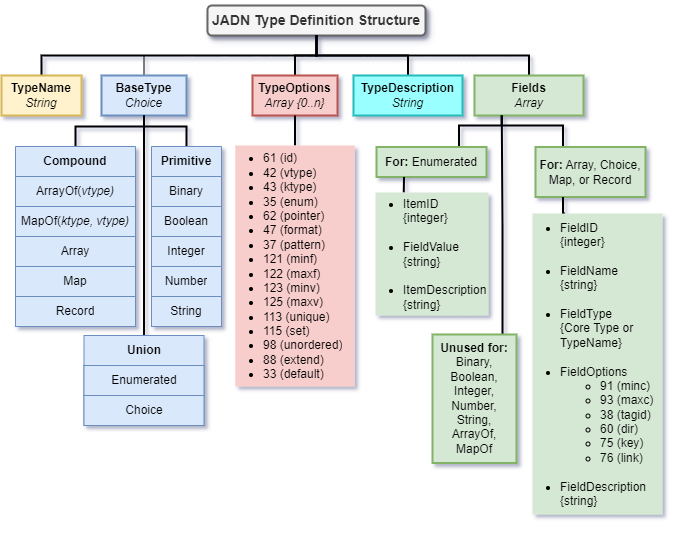
oasis-tcs/openc2-jadn-im keeps this draw.io diagram as images/JADN-Type-Def-Structure.drawio.png. Above is the earlier version. Source tidied: cells renumbered, new cells last; positions are measured from the earlier drawing's top-left corner, leaving out a move shared by most shapes. Its diagram source:
```xml
<mxGraphModel background="#FFFFFF" shadow="1">
  <root>
    <mxCell id="0" />
    <mxCell id="1" parent="0" />
    <mxCell id="2" value="JADN Type Definition Structure" style="rounded=1;whiteSpace=wrap;html=1;fillColor=#f5f5f5;strokeColor=#666666;strokeWidth=2;fontColor=#333333;fontStyle=1;shadow=1;glass=0;fontSize=14;" parent="1" vertex="1">
      <mxGeometry x="206" width="218" height="30" as="geometry" />
    </mxCell>
    <mxCell id="3" style="edgeStyle=orthogonalEdgeStyle;rounded=0;jettySize=auto;html=1;entryX=0.5;entryY=1;entryDx=0;entryDy=0;exitX=0.5;exitY=0;exitDx=0;exitDy=0;endArrow=none;endFill=0;strokeWidth=2;" parent="1" edge="1" source="4" target="2">
      <mxGeometry relative="1" as="geometry" />
    </mxCell>
    <mxCell id="4" value="&lt;b&gt;TypeName&lt;/b&gt;&lt;div&gt;&lt;i&gt;String&lt;/i&gt;&lt;/div&gt;" style="rounded=0;whiteSpace=wrap;html=1;fillColor=#fff2cc;strokeColor=#d6b656;strokeWidth=2;" parent="1" vertex="1">
      <mxGeometry y="70" width="80" height="40" as="geometry" />
    </mxCell>
    <mxCell id="5" style="edgeStyle=orthogonalEdgeStyle;rounded=0;jettySize=auto;html=1;exitX=0.5;exitY=0;exitDx=0;exitDy=0;entryX=0.5;entryY=1;entryDx=0;entryDy=0;endArrow=none;endFill=0;" parent="1" edge="1" source="6" target="2">
      <mxGeometry relative="1" as="geometry" />
    </mxCell>
    <mxCell id="6" value="&lt;b&gt;BaseType&lt;/b&gt;&lt;div&gt;&lt;i&gt;Choice&lt;/i&gt;&lt;/div&gt;" style="rounded=0;whiteSpace=wrap;html=1;fillColor=#dae8fc;strokeColor=#6c8ebf;strokeWidth=2;" parent="1" vertex="1">
      <mxGeometry x="100" y="70" width="85" height="40" as="geometry" />
    </mxCell>
    <mxCell id="7" style="edgeStyle=orthogonalEdgeStyle;rounded=0;jettySize=auto;html=1;exitX=0.5;exitY=0;exitDx=0;exitDy=0;entryX=0.5;entryY=1;entryDx=0;entryDy=0;strokeWidth=2;endArrow=none;endFill=0;" parent="1" edge="1" source="8" target="6">
      <mxGeometry relative="1" as="geometry" />
    </mxCell>
    <mxCell id="8" value="&lt;b&gt;Primitive&lt;/b&gt;" style="swimlane;fontStyle=0;horizontal=1;startSize=30;whiteSpace=wrap;html=1;align=center;fillColor=#dae8fc;strokeColor=#6c8ebf;" parent="1" vertex="1">
      <mxGeometry x="150" y="141" width="70" height="180" as="geometry" />
    </mxCell>
    <mxCell id="9" value="Binary" style="text;strokeColor=#6c8ebf;fillColor=#dae8fc;align=center;verticalAlign=middle;spacingLeft=4;spacingRight=4;overflow=hidden;whiteSpace=wrap;html=1;" parent="8" vertex="1">
      <mxGeometry y="30" width="70" height="30" as="geometry" />
    </mxCell>
    <mxCell id="10" value="Boolean" style="text;strokeColor=#6c8ebf;fillColor=#dae8fc;align=center;verticalAlign=middle;spacingLeft=4;spacingRight=4;overflow=hidden;whiteSpace=wrap;html=1;" parent="8" vertex="1">
      <mxGeometry y="60" width="70" height="30" as="geometry" />
    </mxCell>
    <mxCell id="11" value="Integer" style="text;strokeColor=#6c8ebf;fillColor=#dae8fc;align=center;verticalAlign=middle;spacingLeft=4;spacingRight=4;overflow=hidden;whiteSpace=wrap;html=1;" parent="8" vertex="1">
      <mxGeometry y="90" width="70" height="30" as="geometry" />
    </mxCell>
    <mxCell id="12" value="Number" style="text;strokeColor=#6c8ebf;fillColor=#dae8fc;align=center;verticalAlign=middle;spacingLeft=4;spacingRight=4;overflow=hidden;whiteSpace=wrap;html=1;" parent="8" vertex="1">
      <mxGeometry y="120" width="70" height="30" as="geometry" />
    </mxCell>
    <mxCell id="13" value="String" style="text;strokeColor=#6c8ebf;fillColor=#dae8fc;align=center;verticalAlign=middle;spacingLeft=4;spacingRight=4;overflow=hidden;whiteSpace=wrap;html=1;" parent="8" vertex="1">
      <mxGeometry y="150" width="70" height="30" as="geometry" />
    </mxCell>
    <mxCell id="14" style="edgeStyle=orthogonalEdgeStyle;rounded=0;jettySize=auto;html=1;exitX=0.5;exitY=0;exitDx=0;exitDy=0;entryX=0.5;entryY=1;entryDx=0;entryDy=0;endArrow=none;endFill=0;strokeWidth=2;" parent="1" edge="1" source="15" target="6">
      <mxGeometry relative="1" as="geometry" />
    </mxCell>
    <mxCell id="15" value="&lt;b&gt;Compound&lt;/b&gt;" style="swimlane;fontStyle=0;horizontal=1;startSize=30;whiteSpace=wrap;html=1;align=center;fillColor=#dae8fc;strokeColor=#6c8ebf;" parent="1" vertex="1">
      <mxGeometry x="14" y="141" width="120" height="180" as="geometry" />
    </mxCell>
    <mxCell id="16" value="ArrayOf(&lt;i&gt;vtype)&lt;/i&gt;" style="text;strokeColor=#6c8ebf;fillColor=#dae8fc;align=center;verticalAlign=middle;spacingLeft=4;spacingRight=4;overflow=hidden;whiteSpace=wrap;html=1;" parent="15" vertex="1">
      <mxGeometry y="30" width="120" height="30" as="geometry" />
    </mxCell>
    <mxCell id="17" value="MapOf(&lt;i&gt;ktype, vtype)&lt;/i&gt;" style="text;strokeColor=#6c8ebf;fillColor=#dae8fc;align=center;verticalAlign=middle;spacingLeft=4;spacingRight=4;overflow=hidden;whiteSpace=wrap;html=1;" parent="15" vertex="1">
      <mxGeometry y="60" width="120" height="30" as="geometry" />
    </mxCell>
    <mxCell id="18" value="Array" style="text;strokeColor=#6c8ebf;fillColor=#dae8fc;align=center;verticalAlign=middle;spacingLeft=4;spacingRight=4;overflow=hidden;whiteSpace=wrap;html=1;" parent="15" vertex="1">
      <mxGeometry y="90" width="120" height="30" as="geometry" />
    </mxCell>
    <mxCell id="19" value="&lt;div&gt;Map&lt;/div&gt;" style="text;strokeColor=#6c8ebf;fillColor=#dae8fc;align=center;verticalAlign=middle;spacingLeft=4;spacingRight=4;overflow=hidden;whiteSpace=wrap;html=1;" parent="15" vertex="1">
      <mxGeometry y="120" width="120" height="30" as="geometry" />
    </mxCell>
    <mxCell id="20" value="Record" style="text;strokeColor=#6c8ebf;fillColor=#dae8fc;align=center;verticalAlign=middle;spacingLeft=4;spacingRight=4;overflow=hidden;whiteSpace=wrap;html=1;" parent="15" vertex="1">
      <mxGeometry y="150" width="120" height="30" as="geometry" />
    </mxCell>
    <mxCell id="21" style="edgeStyle=orthogonalEdgeStyle;rounded=0;jettySize=auto;html=1;exitX=0.5;exitY=0;exitDx=0;exitDy=0;entryX=0.5;entryY=1;entryDx=0;entryDy=0;endArrow=none;endFill=0;strokeWidth=2;" parent="1" edge="1" source="22" target="6">
      <mxGeometry relative="1" as="geometry" />
    </mxCell>
    <mxCell id="22" value="&lt;b&gt;Union&lt;/b&gt;" style="swimlane;fontStyle=0;horizontal=1;startSize=30;whiteSpace=wrap;html=1;align=center;fillColor=#dae8fc;strokeColor=#6c8ebf;" parent="1" vertex="1">
      <mxGeometry x="82.5" y="330" width="120" height="90" as="geometry" />
    </mxCell>
    <mxCell id="23" value="Enumerated" style="text;strokeColor=#6c8ebf;fillColor=#dae8fc;align=center;verticalAlign=middle;spacingLeft=4;spacingRight=4;overflow=hidden;whiteSpace=wrap;html=1;" parent="22" vertex="1">
      <mxGeometry y="30" width="120" height="30" as="geometry" />
    </mxCell>
    <mxCell id="24" value="Choice" style="text;strokeColor=#6c8ebf;fillColor=#dae8fc;align=center;verticalAlign=middle;spacingLeft=4;spacingRight=4;overflow=hidden;whiteSpace=wrap;html=1;" parent="22" vertex="1">
      <mxGeometry y="60" width="120" height="30" as="geometry" />
    </mxCell>
    <mxCell id="25" style="edgeStyle=orthogonalEdgeStyle;rounded=0;jettySize=auto;html=1;exitX=0.5;exitY=0;exitDx=0;exitDy=0;entryX=0.5;entryY=1;entryDx=0;entryDy=0;strokeWidth=2;endArrow=none;endFill=0;" parent="1" edge="1" source="26" target="2">
      <mxGeometry relative="1" as="geometry" />
    </mxCell>
    <mxCell id="26" value="&lt;b&gt;TypeOptions&lt;/b&gt;&lt;div&gt;&lt;i&gt;Array {0..n}&lt;/i&gt;&lt;/div&gt;" style="rounded=0;whiteSpace=wrap;html=1;fillColor=#f8cecc;strokeColor=#b85450;strokeWidth=2;" parent="1" vertex="1">
      <mxGeometry x="251" y="70" width="85" height="40" as="geometry" />
    </mxCell>
    <mxCell id="27" style="edgeStyle=orthogonalEdgeStyle;rounded=0;jettySize=auto;html=1;exitX=0.5;exitY=0;exitDx=0;exitDy=0;entryX=0.5;entryY=1;entryDx=0;entryDy=0;strokeWidth=2;endArrow=none;endFill=0;" parent="1" edge="1" source="28" target="26">
      <mxGeometry relative="1" as="geometry" />
    </mxCell>
    <mxCell id="28" value="&lt;ul&gt;&lt;li&gt;61 (id)&lt;/li&gt;&lt;li&gt;42 (vtype)&lt;/li&gt;&lt;li&gt;43 (ktype)&lt;/li&gt;&lt;li&gt;35 (enum)&lt;/li&gt;&lt;li&gt;62 (pointer)&lt;/li&gt;&lt;li&gt;47 (format)&lt;/li&gt;&lt;li&gt;37 (pattern)&lt;/li&gt;&lt;li&gt;121 (minf)&lt;/li&gt;&lt;li&gt;122 (maxf)&lt;/li&gt;&lt;li&gt;123 (minv)&lt;/li&gt;&lt;li&gt;125 (maxv)&lt;/li&gt;&lt;li&gt;113 (unique)&lt;/li&gt;&lt;li&gt;115 (set)&lt;/li&gt;&lt;li&gt;98 (unordered)&lt;/li&gt;&lt;li&gt;88 (extend)&lt;/li&gt;&lt;li&gt;33 (default)&lt;/li&gt;&lt;/ul&gt;" style="text;strokeColor=none;fillColor=#f8cecc;html=1;whiteSpace=wrap;verticalAlign=middle;overflow=hidden;spacing=-12;" parent="1" vertex="1">
      <mxGeometry x="233.8" y="140" width="119.5" height="241" as="geometry" />
    </mxCell>
    <mxCell id="29" style="edgeStyle=orthogonalEdgeStyle;rounded=0;jettySize=auto;html=1;exitX=0.5;exitY=0;exitDx=0;exitDy=0;entryX=0.5;entryY=1;entryDx=0;entryDy=0;strokeWidth=2;endArrow=none;endFill=0;" parent="1" edge="1" source="30" target="2">
      <mxGeometry relative="1" as="geometry" />
    </mxCell>
    <mxCell id="30" value="&lt;b&gt;TypeDescription&lt;/b&gt;&lt;div&gt;&lt;i&gt;String&lt;/i&gt;&lt;/div&gt;" style="rounded=0;whiteSpace=wrap;html=1;fillColor=#99FFFF;strokeColor=#25BABA;strokeWidth=2;" parent="1" vertex="1">
      <mxGeometry x="352" y="70" width="109" height="40" as="geometry" />
    </mxCell>
    <mxCell id="31" style="edgeStyle=orthogonalEdgeStyle;rounded=0;jettySize=auto;html=1;exitX=0.5;exitY=0;exitDx=0;exitDy=0;strokeWidth=2;endArrow=none;endFill=0;entryX=0.5;entryY=1;entryDx=0;entryDy=0;" parent="1" edge="1" source="32" target="2">
      <mxGeometry relative="1" as="geometry" />
    </mxCell>
    <mxCell id="32" value="&lt;b&gt;Fields&lt;/b&gt;&lt;div&gt;&lt;i&gt;Array&lt;/i&gt;&lt;/div&gt;" style="rounded=0;whiteSpace=wrap;html=1;fillColor=#d5e8d4;strokeColor=#82b366;strokeWidth=2;" parent="1" vertex="1">
      <mxGeometry x="473" y="70" width="109" height="40" as="geometry" />
    </mxCell>
    <mxCell id="33" style="edgeStyle=orthogonalEdgeStyle;rounded=0;jettySize=auto;html=1;exitX=0.833;exitY=0;exitDx=0;exitDy=0;entryX=0.25;entryY=1;entryDx=0;entryDy=0;strokeWidth=2;endArrow=none;endFill=0;exitPerimeter=0;" parent="1" edge="1" source="34" target="32">
      <mxGeometry relative="1" as="geometry" />
    </mxCell>
    <mxCell id="34" value="&lt;b&gt;Unused for:&lt;/b&gt; Binary, Boolean, Integer, Number, String, ArrayOf, MapOf" style="rounded=0;whiteSpace=wrap;html=1;fillColor=#d5e8d4;strokeColor=#82b366;strokeWidth=2;" parent="1" vertex="1">
      <mxGeometry x="431" y="329" width="84" height="128.5" as="geometry" />
    </mxCell>
    <mxCell id="35" style="rounded=0;jettySize=auto;html=1;exitX=0.25;exitY=0;exitDx=0;exitDy=0;entryX=0.25;entryY=1;entryDx=0;entryDy=0;strokeWidth=2;endArrow=none;endFill=0;edgeStyle=orthogonalEdgeStyle;" parent="1" edge="1" source="36" target="32">
      <mxGeometry relative="1" as="geometry">
        <Array as="points">
          <mxPoint x="562" y="120" />
          <mxPoint x="500" y="120" />
        </Array>
      </mxGeometry>
    </mxCell>
    <mxCell id="36" value="&lt;b&gt;For:&lt;/b&gt; Array, Choice, Map, or Record" style="rounded=0;whiteSpace=wrap;html=1;fillColor=#d5e8d4;strokeColor=#82b366;strokeWidth=2;" parent="1" vertex="1">
      <mxGeometry x="534" y="141.5" width="110" height="50" as="geometry" />
    </mxCell>
    <mxCell id="37" style="edgeStyle=orthogonalEdgeStyle;rounded=0;jettySize=auto;html=1;exitX=0.25;exitY=0;exitDx=0;exitDy=0;entryX=0.25;entryY=1;entryDx=0;entryDy=0;strokeWidth=2;endArrow=none;endFill=0;" parent="1" edge="1" source="38" target="36">
      <mxGeometry relative="1" as="geometry" />
    </mxCell>
    <mxCell id="38" value="&lt;ul&gt;&lt;li&gt;FieldID&lt;br&gt;{integer}&lt;br&gt;&lt;br&gt;&lt;/li&gt;&lt;li&gt;FieldName&lt;br&gt;{string}&lt;br&gt;&lt;br&gt;&lt;/li&gt;&lt;li&gt;FieldType&lt;br&gt;{Core Type or TypeName}&lt;br&gt;&lt;br&gt;&lt;/li&gt;&lt;li&gt;FieldOptions&lt;/li&gt;&lt;ul&gt;&lt;li&gt;91 (minc)&lt;/li&gt;&lt;li&gt;93 (maxc)&lt;br&gt;&lt;/li&gt;&lt;li&gt;&lt;span style=&quot;background-color: initial;&quot;&gt;38 (tagid)&lt;/span&gt;&lt;/li&gt;&lt;li&gt;60 (dir)&lt;/li&gt;&lt;li&gt;75 (key)&lt;/li&gt;&lt;li&gt;76 (link)&lt;br&gt;&lt;br&gt;&lt;/li&gt;&lt;/ul&gt;&lt;li&gt;FieldDescription&lt;br&gt;{string}&lt;/li&gt;&lt;/ul&gt;" style="text;strokeColor=none;fillColor=#d5e8d4;html=1;whiteSpace=wrap;verticalAlign=middle;overflow=hidden;spacing=-12;" parent="1" vertex="1">
      <mxGeometry x="531" y="208" width="130" height="301" as="geometry" />
    </mxCell>
    <mxCell id="39" style="rounded=0;jettySize=auto;html=1;exitX=0.75;exitY=0;exitDx=0;exitDy=0;strokeWidth=2;endArrow=none;endFill=0;entryX=0.25;entryY=1;entryDx=0;entryDy=0;edgeStyle=orthogonalEdgeStyle;" parent="1" edge="1" source="40" target="32">
      <mxGeometry relative="1" as="geometry">
        <Array as="points">
          <mxPoint x="457" y="120" />
          <mxPoint x="500" y="120" />
        </Array>
      </mxGeometry>
    </mxCell>
    <mxCell id="40" value="&lt;b&gt;For:&lt;/b&gt; Enumerated" style="rounded=0;whiteSpace=wrap;html=1;fillColor=#d5e8d4;strokeColor=#82b366;strokeWidth=2;" parent="1" vertex="1">
      <mxGeometry x="375" y="141.5" width="110" height="30" as="geometry" />
    </mxCell>
    <mxCell id="41" style="edgeStyle=orthogonalEdgeStyle;rounded=0;jettySize=auto;html=1;exitX=0.25;exitY=0;exitDx=0;exitDy=0;entryX=0.25;entryY=1;entryDx=0;entryDy=0;strokeWidth=2;endArrow=none;endFill=0;" parent="1" edge="1" source="42" target="40">
      <mxGeometry relative="1" as="geometry" />
    </mxCell>
    <mxCell id="42" value="&lt;ul&gt;&lt;li&gt;ItemID&lt;br&gt;{integer}&lt;br&gt;&lt;br&gt;&lt;/li&gt;&lt;li&gt;FieldValue&lt;br&gt;{string}&lt;br&gt;&lt;br&gt;&lt;/li&gt;&lt;li&gt;&lt;span style=&quot;background-color: initial;&quot;&gt;ItemDescription&lt;br&gt;&lt;/span&gt;{string}&lt;/li&gt;&lt;/ul&gt;" style="text;strokeColor=none;fillColor=#d5e8d4;html=1;whiteSpace=wrap;verticalAlign=middle;overflow=hidden;spacing=-12;" parent="1" vertex="1">
      <mxGeometry x="374" y="187" width="113" height="123" as="geometry" />
    </mxCell>
  </root>
</mxGraphModel>
```
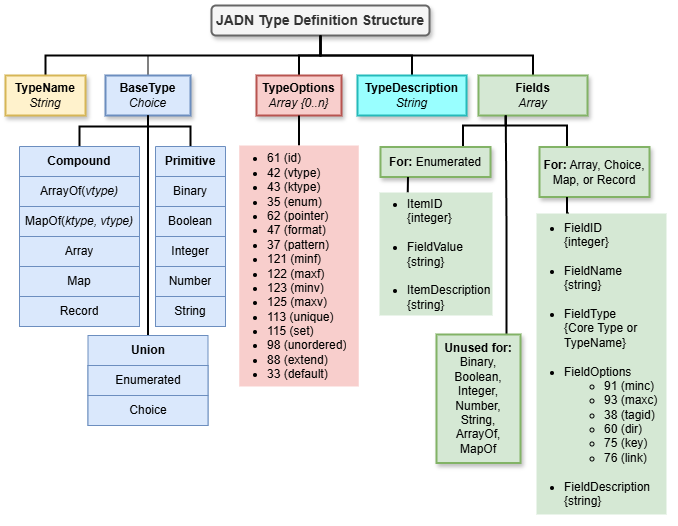
The same diagram one commit later.

Commit message:
Fine-tune Fig 3-2

The edit, as a diff of the source:
```diff
@@ -1,4 +1,4 @@
-<mxGraphModel background="#FFFFFF" shadow="1">
+<mxGraphModel background="#FFFFFF">
   <root>
     <mxCell id="0" />
     <mxCell id="1" parent="0" />
@@ -8,13 +8,13 @@
     <mxCell id="3" style="edgeStyle=orthogonalEdgeStyle;rounded=0;jettySize=auto;html=1;entryX=0.5;entryY=1;entryDx=0;entryDy=0;exitX=0.5;exitY=0;exitDx=0;exitDy=0;endArrow=none;endFill=0;strokeWidth=2;" parent="1" edge="1" source="4" target="2">
       <mxGeometry relative="1" as="geometry" />
     </mxCell>
-    <mxCell id="4" value="&lt;b&gt;TypeName&lt;/b&gt;&lt;div&gt;&lt;i&gt;String&lt;/i&gt;&lt;/div&gt;" style="rounded=0;whiteSpace=wrap;html=1;fillColor=#fff2cc;strokeColor=#d6b656;strokeWidth=2;" parent="1" vertex="1">
+    <mxCell id="4" value="&lt;b&gt;TypeName&lt;/b&gt;&lt;div&gt;&lt;i&gt;String&lt;/i&gt;&lt;/div&gt;" style="rounded=0;whiteSpace=wrap;html=1;fillColor=#fff2cc;strokeColor=#d6b656;strokeWidth=2;shadow=1;" parent="1" vertex="1">
       <mxGeometry y="70" width="80" height="40" as="geometry" />
     </mxCell>
     <mxCell id="5" style="edgeStyle=orthogonalEdgeStyle;rounded=0;jettySize=auto;html=1;exitX=0.5;exitY=0;exitDx=0;exitDy=0;entryX=0.5;entryY=1;entryDx=0;entryDy=0;endArrow=none;endFill=0;" parent="1" edge="1" source="6" target="2">
       <mxGeometry relative="1" as="geometry" />
     </mxCell>
-    <mxCell id="6" value="&lt;b&gt;BaseType&lt;/b&gt;&lt;div&gt;&lt;i&gt;Choice&lt;/i&gt;&lt;/div&gt;" style="rounded=0;whiteSpace=wrap;html=1;fillColor=#dae8fc;strokeColor=#6c8ebf;strokeWidth=2;" parent="1" vertex="1">
+    <mxCell id="6" value="&lt;b&gt;BaseType&lt;/b&gt;&lt;div&gt;&lt;i&gt;Choice&lt;/i&gt;&lt;/div&gt;" style="rounded=0;whiteSpace=wrap;html=1;fillColor=#dae8fc;strokeColor=#6c8ebf;strokeWidth=2;shadow=1;" parent="1" vertex="1">
       <mxGeometry x="100" y="70" width="85" height="40" as="geometry" />
     </mxCell>
     <mxCell id="7" style="edgeStyle=orthogonalEdgeStyle;rounded=0;jettySize=auto;html=1;exitX=0.5;exitY=0;exitDx=0;exitDy=0;entryX=0.5;entryY=1;entryDx=0;entryDy=0;strokeWidth=2;endArrow=none;endFill=0;" parent="1" edge="1" source="8" target="6">
@@ -74,7 +74,7 @@
     <mxCell id="25" style="edgeStyle=orthogonalEdgeStyle;rounded=0;jettySize=auto;html=1;exitX=0.5;exitY=0;exitDx=0;exitDy=0;entryX=0.5;entryY=1;entryDx=0;entryDy=0;strokeWidth=2;endArrow=none;endFill=0;" parent="1" edge="1" source="26" target="2">
       <mxGeometry relative="1" as="geometry" />
     </mxCell>
-    <mxCell id="26" value="&lt;b&gt;TypeOptions&lt;/b&gt;&lt;div&gt;&lt;i&gt;Array {0..n}&lt;/i&gt;&lt;/div&gt;" style="rounded=0;whiteSpace=wrap;html=1;fillColor=#f8cecc;strokeColor=#b85450;strokeWidth=2;" parent="1" vertex="1">
+    <mxCell id="26" value="&lt;b&gt;TypeOptions&lt;/b&gt;&lt;div&gt;&lt;i&gt;Array {0..n}&lt;/i&gt;&lt;/div&gt;" style="rounded=0;whiteSpace=wrap;html=1;fillColor=#f8cecc;strokeColor=#b85450;strokeWidth=2;shadow=1;" parent="1" vertex="1">
       <mxGeometry x="251" y="70" width="85" height="40" as="geometry" />
     </mxCell>
     <mxCell id="27" style="edgeStyle=orthogonalEdgeStyle;rounded=0;jettySize=auto;html=1;exitX=0.5;exitY=0;exitDx=0;exitDy=0;entryX=0.5;entryY=1;entryDx=0;entryDy=0;strokeWidth=2;endArrow=none;endFill=0;" parent="1" edge="1" source="28" target="26">
@@ -86,19 +86,19 @@
     <mxCell id="29" style="edgeStyle=orthogonalEdgeStyle;rounded=0;jettySize=auto;html=1;exitX=0.5;exitY=0;exitDx=0;exitDy=0;entryX=0.5;entryY=1;entryDx=0;entryDy=0;strokeWidth=2;endArrow=none;endFill=0;" parent="1" edge="1" source="30" target="2">
       <mxGeometry relative="1" as="geometry" />
     </mxCell>
-    <mxCell id="30" value="&lt;b&gt;TypeDescription&lt;/b&gt;&lt;div&gt;&lt;i&gt;String&lt;/i&gt;&lt;/div&gt;" style="rounded=0;whiteSpace=wrap;html=1;fillColor=#99FFFF;strokeColor=#25BABA;strokeWidth=2;" parent="1" vertex="1">
+    <mxCell id="30" value="&lt;b&gt;TypeDescription&lt;/b&gt;&lt;div&gt;&lt;i&gt;String&lt;/i&gt;&lt;/div&gt;" style="rounded=0;whiteSpace=wrap;html=1;fillColor=#99FFFF;strokeColor=#25BABA;strokeWidth=2;shadow=1;" parent="1" vertex="1">
       <mxGeometry x="352" y="70" width="109" height="40" as="geometry" />
     </mxCell>
     <mxCell id="31" style="edgeStyle=orthogonalEdgeStyle;rounded=0;jettySize=auto;html=1;exitX=0.5;exitY=0;exitDx=0;exitDy=0;strokeWidth=2;endArrow=none;endFill=0;entryX=0.5;entryY=1;entryDx=0;entryDy=0;" parent="1" edge="1" source="32" target="2">
       <mxGeometry relative="1" as="geometry" />
     </mxCell>
-    <mxCell id="32" value="&lt;b&gt;Fields&lt;/b&gt;&lt;div&gt;&lt;i&gt;Array&lt;/i&gt;&lt;/div&gt;" style="rounded=0;whiteSpace=wrap;html=1;fillColor=#d5e8d4;strokeColor=#82b366;strokeWidth=2;" parent="1" vertex="1">
+    <mxCell id="32" value="&lt;b&gt;Fields&lt;/b&gt;&lt;div&gt;&lt;i&gt;Array&lt;/i&gt;&lt;/div&gt;" style="rounded=0;whiteSpace=wrap;html=1;fillColor=#d5e8d4;strokeColor=#82b366;strokeWidth=2;shadow=1;" parent="1" vertex="1">
       <mxGeometry x="473" y="70" width="109" height="40" as="geometry" />
     </mxCell>
     <mxCell id="33" style="edgeStyle=orthogonalEdgeStyle;rounded=0;jettySize=auto;html=1;exitX=0.833;exitY=0;exitDx=0;exitDy=0;entryX=0.25;entryY=1;entryDx=0;entryDy=0;strokeWidth=2;endArrow=none;endFill=0;exitPerimeter=0;" parent="1" edge="1" source="34" target="32">
       <mxGeometry relative="1" as="geometry" />
     </mxCell>
-    <mxCell id="34" value="&lt;b&gt;Unused for:&lt;/b&gt; Binary, Boolean, Integer, Number, String, ArrayOf, MapOf" style="rounded=0;whiteSpace=wrap;html=1;fillColor=#d5e8d4;strokeColor=#82b366;strokeWidth=2;" parent="1" vertex="1">
+    <mxCell id="34" value="&lt;b&gt;Unused for:&lt;/b&gt; Binary, Boolean, Integer, Number, String, ArrayOf, MapOf" style="rounded=0;whiteSpace=wrap;html=1;fillColor=#d5e8d4;strokeColor=#82b366;strokeWidth=2;shadow=1;" parent="1" vertex="1">
       <mxGeometry x="431" y="329" width="84" height="128.5" as="geometry" />
     </mxCell>
     <mxCell id="35" style="rounded=0;jettySize=auto;html=1;exitX=0.25;exitY=0;exitDx=0;exitDy=0;entryX=0.25;entryY=1;entryDx=0;entryDy=0;strokeWidth=2;endArrow=none;endFill=0;edgeStyle=orthogonalEdgeStyle;" parent="1" edge="1" source="36" target="32">
@@ -109,7 +109,7 @@
         </Array>
       </mxGeometry>
     </mxCell>
-    <mxCell id="36" value="&lt;b&gt;For:&lt;/b&gt; Array, Choice, Map, or Record" style="rounded=0;whiteSpace=wrap;html=1;fillColor=#d5e8d4;strokeColor=#82b366;strokeWidth=2;" parent="1" vertex="1">
+    <mxCell id="36" value="&lt;b&gt;For:&lt;/b&gt; Array, Choice, Map, or Record" style="rounded=0;whiteSpace=wrap;html=1;fillColor=#d5e8d4;strokeColor=#82b366;strokeWidth=2;shadow=1;" parent="1" vertex="1">
       <mxGeometry x="534" y="141.5" width="110" height="50" as="geometry" />
     </mxCell>
     <mxCell id="37" style="edgeStyle=orthogonalEdgeStyle;rounded=0;jettySize=auto;html=1;exitX=0.25;exitY=0;exitDx=0;exitDy=0;entryX=0.25;entryY=1;entryDx=0;entryDy=0;strokeWidth=2;endArrow=none;endFill=0;" parent="1" edge="1" source="38" target="36">
@@ -126,7 +126,7 @@
         </Array>
       </mxGeometry>
     </mxCell>
-    <mxCell id="40" value="&lt;b&gt;For:&lt;/b&gt; Enumerated" style="rounded=0;whiteSpace=wrap;html=1;fillColor=#d5e8d4;strokeColor=#82b366;strokeWidth=2;" parent="1" vertex="1">
+    <mxCell id="40" value="&lt;b&gt;For:&lt;/b&gt; Enumerated" style="rounded=0;whiteSpace=wrap;html=1;fillColor=#d5e8d4;strokeColor=#82b366;strokeWidth=2;shadow=1;" parent="1" vertex="1">
       <mxGeometry x="375" y="141.5" width="110" height="30" as="geometry" />
     </mxCell>
     <mxCell id="41" style="edgeStyle=orthogonalEdgeStyle;rounded=0;jettySize=auto;html=1;exitX=0.25;exitY=0;exitDx=0;exitDy=0;entryX=0.25;entryY=1;entryDx=0;entryDy=0;strokeWidth=2;endArrow=none;endFill=0;" parent="1" edge="1" source="42" target="40">
```
